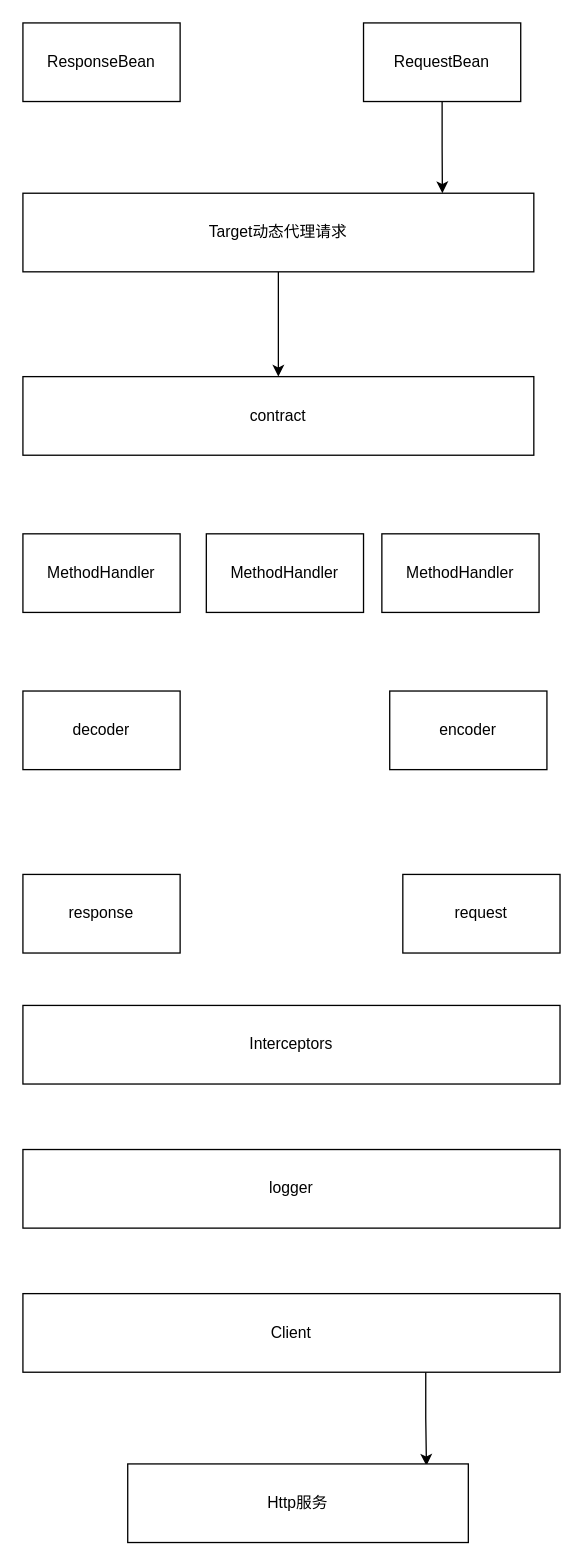
The draw.io diagram Feign源码分析.drawio in linbingxing/mind, before the edit. Source tidied: cells renumbered, new cells numbered last; positions are measured from the earlier drawing's top-left corner, leaving out a move shared by most shapes. Both pictures are drawn from the tidied source at 131%, with x=0, y=0 at pixel (22, 22).
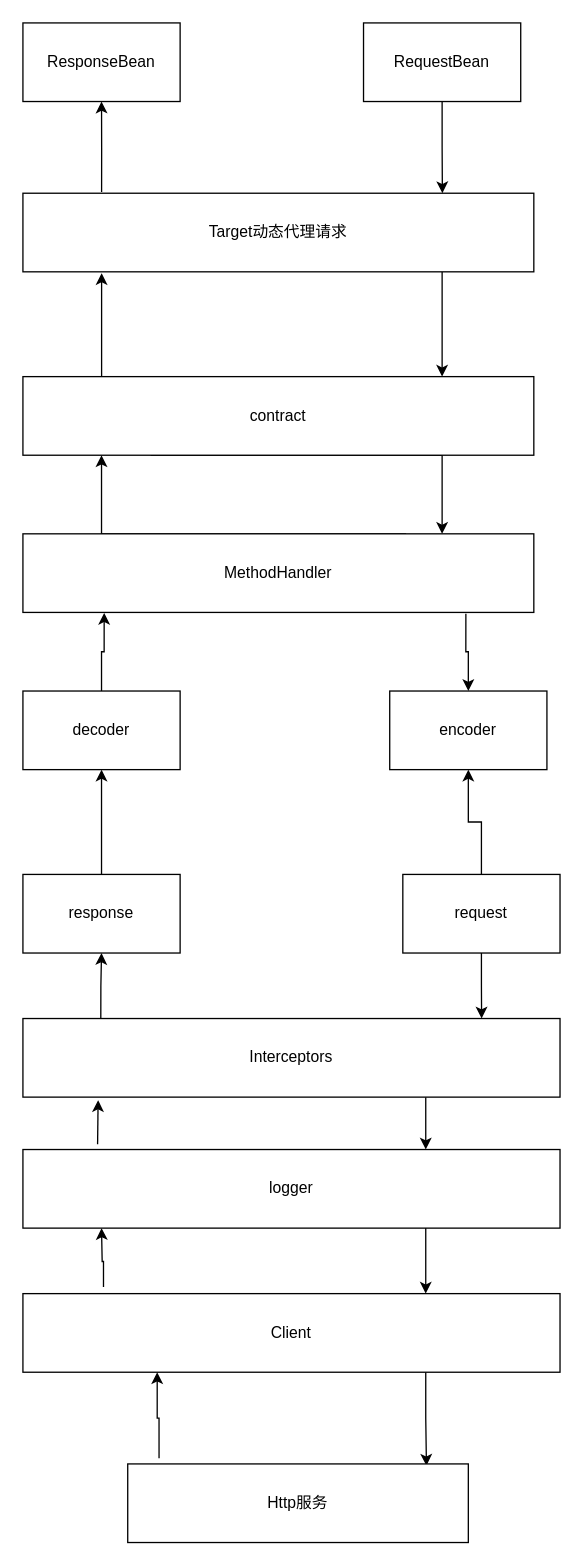
Above is the later version.

Commit message (it also covers changes not shown here):
更新Feign源码分析.drawio

The change refers to these unchanged cells:
```xml
<mxCell id="3" value="Target动态代理请求" style="rounded=0;whiteSpace=wrap;html=1;" parent="1" vertex="1">
  <mxGeometry y="130" width="390" height="60" as="geometry" />
</mxCell>
<mxCell id="4" value="contract" style="whiteSpace=wrap;html=1;rounded=0;" parent="1" vertex="1">
  <mxGeometry y="270" width="390" height="60" as="geometry" />
</mxCell>
<mxCell id="8" value="decoder" style="rounded=0;whiteSpace=wrap;html=1;" parent="1" vertex="1">
  <mxGeometry y="510" width="120" height="60" as="geometry" />
</mxCell>
<mxCell id="9" value="encoder" style="rounded=0;whiteSpace=wrap;html=1;" parent="1" vertex="1">
  <mxGeometry x="280" y="510" width="120" height="60" as="geometry" />
</mxCell>
<mxCell id="10" value="response" style="rounded=0;whiteSpace=wrap;html=1;" parent="1" vertex="1">
  <mxGeometry y="650" width="120" height="60" as="geometry" />
</mxCell>
<mxCell id="11" value="request" style="rounded=0;whiteSpace=wrap;html=1;" parent="1" vertex="1">
  <mxGeometry x="290" y="650" width="120" height="60" as="geometry" />
</mxCell>
<mxCell id="13" value="logger" style="rounded=0;whiteSpace=wrap;html=1;" parent="1" vertex="1">
  <mxGeometry y="860" width="410" height="60" as="geometry" />
</mxCell>
<mxCell id="15" value="Client" style="rounded=0;whiteSpace=wrap;html=1;" parent="1" vertex="1">
  <mxGeometry y="970" width="410" height="60" as="geometry" />
</mxCell>
<mxCell id="16" value="Http服务" style="rounded=0;whiteSpace=wrap;html=1;" parent="1" vertex="1">
  <mxGeometry x="80" y="1100" width="260" height="60" as="geometry" />
</mxCell>
<mxCell id="19" value="ResponseBean" style="rounded=0;whiteSpace=wrap;html=1;" parent="1" vertex="1">
  <mxGeometry width="120" height="60" as="geometry" />
</mxCell>
```

Change to the diagram source:
```diff
@@
     <mxCell id="2" style="edgeStyle=orthogonalEdgeStyle;rounded=0;jettySize=auto;html=1;" parent="1" edge="1" source="3" target="4">
-      <mxGeometry relative="1" as="geometry" />
+      <mxGeometry relative="1" as="geometry">
+        <Array as="points">
+          <mxPoint x="320" y="240" />
+          <mxPoint x="320" y="240" />
+        </Array>
+      </mxGeometry>
     </mxCell>
+    <mxCell id="20" style="edgeStyle=orthogonalEdgeStyle;rounded=0;jettySize=auto;html=1;entryX=0.5;entryY=1;entryDx=0;entryDy=0;exitX=0.154;exitY=-0.017;exitDx=0;exitDy=0;exitPerimeter=0;" parent="1" edge="1" source="3" target="19">
+      <mxGeometry relative="1" as="geometry" />
+    </mxCell>
@@
+    <mxCell id="21" style="edgeStyle=orthogonalEdgeStyle;rounded=0;jettySize=auto;html=1;entryX=0.154;entryY=1.017;entryDx=0;entryDy=0;entryPerimeter=0;exitX=0.154;exitY=0.028;exitDx=0;exitDy=0;exitPerimeter=0;" parent="1" edge="1" source="4" target="3">
+      <mxGeometry relative="1" as="geometry" />
+    </mxCell>
+    <mxCell id="22" style="edgeStyle=orthogonalEdgeStyle;rounded=0;jettySize=auto;html=1;exitX=0.25;exitY=1;exitDx=0;exitDy=0;" parent="1" edge="1" source="4" target="5">
+      <mxGeometry relative="1" as="geometry">
+        <Array as="points">
+          <mxPoint x="320" y="330" />
+        </Array>
+      </mxGeometry>
+    </mxCell>
@@
+    <mxCell id="23" style="edgeStyle=orthogonalEdgeStyle;rounded=0;jettySize=auto;html=1;exitX=0.75;exitY=0;exitDx=0;exitDy=0;" parent="1" edge="1" source="5" target="4">
+      <mxGeometry relative="1" as="geometry">
+        <Array as="points">
+          <mxPoint x="60" y="390" />
+        </Array>
+      </mxGeometry>
+    </mxCell>
+    <mxCell id="24" style="edgeStyle=orthogonalEdgeStyle;rounded=0;jettySize=auto;html=1;entryX=0.5;entryY=0;entryDx=0;entryDy=0;exitX=0.867;exitY=1.017;exitDx=0;exitDy=0;exitPerimeter=0;" parent="1" edge="1" source="5" target="9">
+      <mxGeometry relative="1" as="geometry" />
+    </mxCell>
     <mxCell id="5" value="MethodHandler" style="rounded=0;whiteSpace=wrap;html=1;" parent="1" vertex="1">
-      <mxGeometry y="390" width="120" height="60" as="geometry" />
+      <mxGeometry y="390" width="390" height="60" as="geometry" />
     </mxCell>
-    <mxCell id="6" value="&lt;span&gt;MethodHandler&lt;/span&gt;" style="rounded=0;whiteSpace=wrap;html=1;" parent="1" vertex="1">
-      <mxGeometry x="140" y="390" width="120" height="60" as="geometry" />
-    </mxCell>
-    <mxCell id="7" value="MethodHandler" style="rounded=0;whiteSpace=wrap;html=1;" parent="1" vertex="1">
-      <mxGeometry x="274" y="390" width="120" height="60" as="geometry" />
-    </mxCell>
+    <mxCell id="25" style="edgeStyle=orthogonalEdgeStyle;rounded=0;jettySize=auto;html=1;entryX=0.159;entryY=1.006;entryDx=0;entryDy=0;entryPerimeter=0;" parent="1" edge="1" source="8" target="5">
+      <mxGeometry relative="1" as="geometry" />
+    </mxCell>
@@
+    <mxCell id="26" style="edgeStyle=orthogonalEdgeStyle;rounded=0;jettySize=auto;html=1;" parent="1" edge="1" source="10" target="8">
+      <mxGeometry relative="1" as="geometry" />
+    </mxCell>
@@
+    <mxCell id="27" style="edgeStyle=orthogonalEdgeStyle;rounded=0;jettySize=auto;html=1;entryX=0.5;entryY=1;entryDx=0;entryDy=0;" parent="1" edge="1" source="11" target="9">
+      <mxGeometry relative="1" as="geometry" />
+    </mxCell>
+    <mxCell id="28" style="edgeStyle=orthogonalEdgeStyle;rounded=0;jettySize=auto;html=1;entryX=0.854;entryY=0;entryDx=0;entryDy=0;entryPerimeter=0;" parent="1" edge="1" source="11" target="12">
+      <mxGeometry relative="1" as="geometry" />
+    </mxCell>
@@
+    <mxCell id="29" style="edgeStyle=orthogonalEdgeStyle;rounded=0;jettySize=auto;html=1;exitX=0.145;exitY=0.006;exitDx=0;exitDy=0;exitPerimeter=0;" parent="1" edge="1" source="12" target="10">
+      <mxGeometry relative="1" as="geometry" />
+    </mxCell>
+    <mxCell id="30" style="edgeStyle=orthogonalEdgeStyle;rounded=0;jettySize=auto;html=1;entryX=0.75;entryY=0;entryDx=0;entryDy=0;exitX=0.75;exitY=1;exitDx=0;exitDy=0;" parent="1" edge="1" source="12" target="13">
+      <mxGeometry relative="1" as="geometry" />
+    </mxCell>
     <mxCell id="12" value="Interceptors" style="rounded=0;whiteSpace=wrap;html=1;" parent="1" vertex="1">
-      <mxGeometry y="750" width="410" height="60" as="geometry" />
+      <mxGeometry y="760" width="410" height="60" as="geometry" />
     </mxCell>
+    <mxCell id="31" style="edgeStyle=orthogonalEdgeStyle;rounded=0;jettySize=auto;html=1;entryX=0.14;entryY=1.039;entryDx=0;entryDy=0;entryPerimeter=0;" parent="1" edge="1" target="12">
+      <mxGeometry relative="1" as="geometry">
+        <mxPoint x="57" y="856" as="sourcePoint" />
+      </mxGeometry>
+    </mxCell>
+    <mxCell id="32" style="edgeStyle=orthogonalEdgeStyle;rounded=0;jettySize=auto;html=1;entryX=0.75;entryY=0;entryDx=0;entryDy=0;exitX=0.75;exitY=1;exitDx=0;exitDy=0;" parent="1" edge="1" source="13" target="15">
+      <mxGeometry relative="1" as="geometry" />
+    </mxCell>
@@
+    <mxCell id="33" style="edgeStyle=orthogonalEdgeStyle;rounded=0;jettySize=auto;html=1;exitX=0.15;exitY=-0.083;exitDx=0;exitDy=0;exitPerimeter=0;" parent="1" edge="1" source="15">
+      <mxGeometry relative="1" as="geometry">
+        <mxPoint x="60" y="920" as="targetPoint" />
+      </mxGeometry>
+    </mxCell>
@@
+    <mxCell id="34" style="edgeStyle=orthogonalEdgeStyle;rounded=0;jettySize=auto;html=1;entryX=0.25;entryY=1;entryDx=0;entryDy=0;exitX=0.092;exitY=-0.072;exitDx=0;exitDy=0;exitPerimeter=0;" parent="1" edge="1" source="16" target="15">
+      <mxGeometry relative="1" as="geometry" />
+    </mxCell>
```
